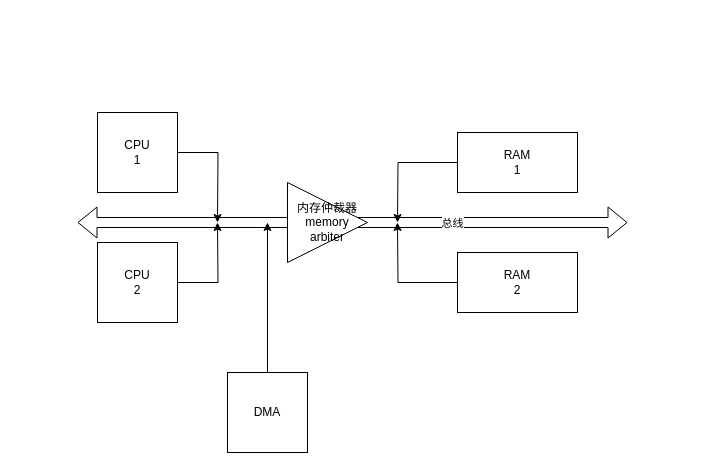
Above: linux内核.drawio in catface996/images (draw.io), before the change. Source tidied: cells renumbered, new cells numbered last; positions are measured from the earlier drawing's top-left corner, leaving out a move shared by most shapes. Both pictures are drawn from the tidied source at 100%, with x=0, y=0 at pixel (77, 112).
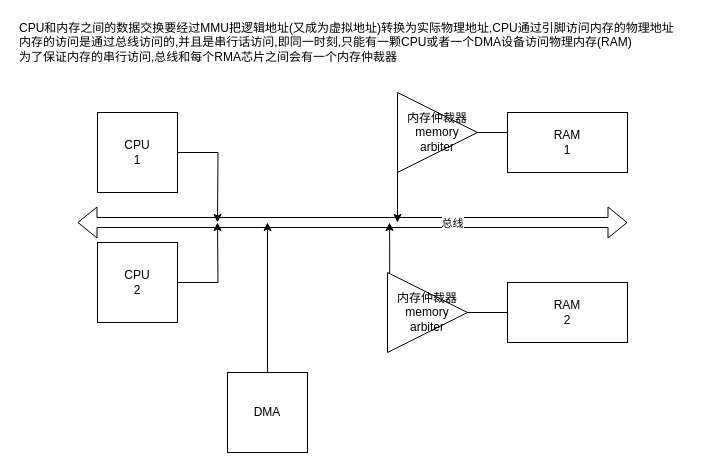
The same diagram, later.

Diff of the diagram source:
```diff
@@
     <mxCell id="2" style="edgeStyle=orthogonalEdgeStyle;rounded=0;jettySize=auto;html=1;" parent="1" edge="1" source="3">
       <mxGeometry relative="1" as="geometry">
         <mxPoint x="320" y="110" as="targetPoint" />
+        <Array as="points">
+          <mxPoint x="320" y="20" />
+        </Array>
       </mxGeometry>
     </mxCell>
     <mxCell id="3" value="RAM&lt;br&gt;1" style="rounded=0;whiteSpace=wrap;html=1;" parent="1" vertex="1">
-      <mxGeometry x="380" y="20" width="120" height="60" as="geometry" />
+      <mxGeometry x="430" width="120" height="60" as="geometry" />
     </mxCell>
@@
-    <mxCell id="10" style="edgeStyle=orthogonalEdgeStyle;rounded=0;jettySize=auto;html=1;" parent="1" edge="1" source="11">
+    <mxCell id="10" style="edgeStyle=orthogonalEdgeStyle;rounded=0;jettySize=auto;html=1;startArrow=none;exitX=0.027;exitY=0.012;exitDx=0;exitDy=0;exitPerimeter=0;" parent="1" edge="1" source="16">
       <mxGeometry relative="1" as="geometry">
-        <mxPoint x="320" y="110" as="targetPoint" />
+        <mxPoint x="312" y="110" as="targetPoint" />
       </mxGeometry>
     </mxCell>
     <mxCell id="11" value="RAM&lt;br&gt;2" style="rounded=0;whiteSpace=wrap;html=1;" parent="1" vertex="1">
-      <mxGeometry x="380" y="140" width="120" height="60" as="geometry" />
+      <mxGeometry x="430" y="170" width="120" height="60" as="geometry" />
     </mxCell>
     <mxCell id="12" value="内存仲裁器&lt;br&gt;memory arbiter" style="triangle;whiteSpace=wrap;html=1;" parent="1" vertex="1">
-      <mxGeometry x="210" y="70" width="80" height="80" as="geometry" />
+      <mxGeometry x="320" y="-20" width="80" height="80" as="geometry" />
     </mxCell>
@@
+    <mxCell id="15" value="CPU和内存之间的数据交换要经过MMU把逻辑地址(又成为虚拟地址)转换为实际物理地址,CPU通过引脚访问内存的物理地址&lt;br&gt;内存的访问是通过总线访问的,并且是串行话访问,即同一时刻,只能有一颗CPU或者一个DMA设备访问物理内存(RAM)&lt;br&gt;为了保证内存的串行访问,总线和每个RMA芯片之间会有一个内存仲裁器" style="text;html=1;align=left;verticalAlign=middle;strokeColor=none;" parent="1" vertex="1">
+      <mxGeometry x="-60" y="-95" width="670" height="50" as="geometry" />
+    </mxCell>
+    <mxCell id="16" value="内存仲裁器&lt;br&gt;memory arbiter" style="triangle;whiteSpace=wrap;html=1;" parent="1" vertex="1">
+      <mxGeometry x="310" y="160" width="80" height="80" as="geometry" />
+    </mxCell>
+    <mxCell id="17" style="edgeStyle=orthogonalEdgeStyle;rounded=0;jettySize=auto;html=1;endArrow=none;" parent="1" edge="1" source="11" target="16">
+      <mxGeometry relative="1" as="geometry" />
+    </mxCell>
```
